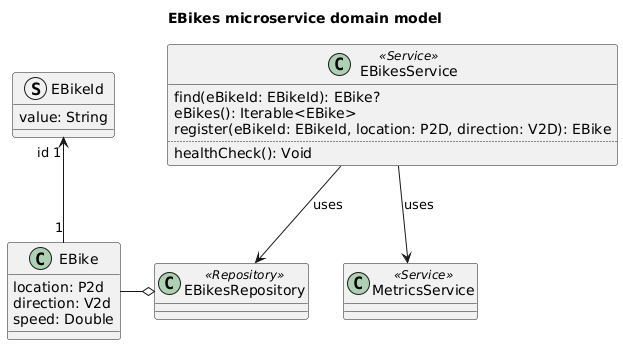
Above: doc/diagrams/ebikes-microservice-domain-model.png in Ventus218/SAP-assignment-02 (PlantUML), before the change.
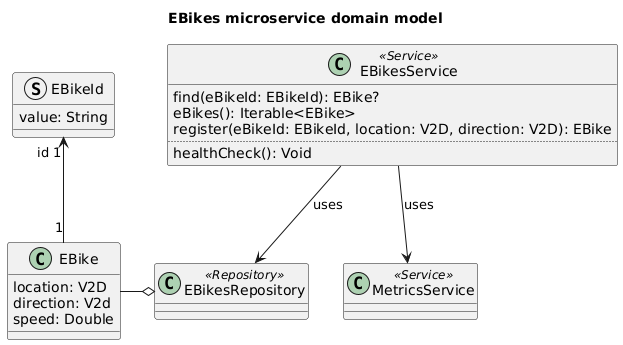
Later version of the same file.

Commit message:
Automatically generated PlantUML diagrams

What changed in the source:
```diff
@@ -3,7 +3,7 @@
 title EBikes microservice domain model
 
 class EBike {
-    location: P2d
+    location: V2D
     direction: V2d
     speed: Double
 }
@@ -18,7 +18,7 @@
 class EBikesService <<Service>> {
     find(eBikeId: EBikeId): EBike?
     eBikes(): Iterable<EBike>
-    register(eBikeId: EBikeId, location: P2D, direction: V2D): EBike
+    register(eBikeId: EBikeId, location: V2D, direction: V2D): EBike
     ..
     healthCheck(): Void
 }
```
